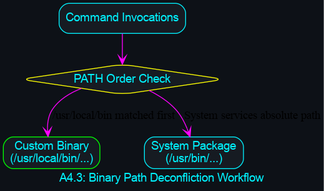
Above: diagrams/compilations/workflow_deconfliction.png in danindiana/hybrid-framework (Graphviz), before the change. Its source is kept beside it as diagrams/compilations/workflow_deconfliction.dot. Its diagram source:
```dot
digraph WorkDeconfliction {
        graph [bgcolor="#0d1117", fontname="Helvetica", fontcolor="#00f2ff", label="A4.3: Binary Path Deconfliction Workflow"];
        node [shape=box, style="filled,rounded", color="#00f2ff", fontcolor="#00f2ff", fillcolor="#161b22", fontname="Helvetica"];
        edge [color="#ff00ff", arrowhead=vee];

        Execution [label="Command Invocations"];
        PATH_Check [label="PATH Order Check", shape=diamond, color="#ffff00"];
        Local_Bin [label="Custom Binary\n(/usr/local/bin/...)", color="#00ff00"];
        Sys_Bin [label="System Package\n(/usr/bin/...)"];

        Execution -> PATH_Check;
        PATH_Check -> Local_Bin [label="/usr/local/bin matched first"];
        PATH_Check -> Sys_Bin [label="System services absolute path"];
    }
```
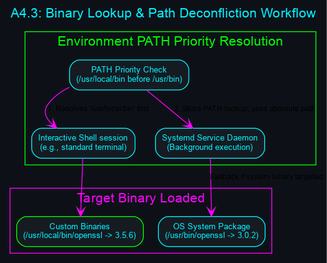
The same diagram one commit later.

Change to the diagram source:
```diff
@@ -1,14 +1,28 @@
 digraph WorkDeconfliction {
-        graph [bgcolor="#0d1117", fontname="Helvetica", fontcolor="#00f2ff", label="A4.3: Binary Path Deconfliction Workflow"];
-        node [shape=box, style="filled,rounded", color="#00f2ff", fontcolor="#00f2ff", fillcolor="#161b22", fontname="Helvetica"];
-        edge [color="#ff00ff", arrowhead=vee];
+        graph [bgcolor="#0d1117", fontname="Helvetica", fontcolor="#00f2ff", label="A4.3: Binary Lookup & Path Deconfliction Workflow", labelloc="t", fontsize=16];
+        node [shape=box, style="filled,rounded", color="#00f2ff", fontcolor="#00f2ff", fillcolor="#161b22", fontname="Helvetica", fontsize=10];
+        edge [color="#ff00ff", arrowhead=vee, fontname="Helvetica", fontsize=9];
 
-        Execution [label="Command Invocations"];
-        PATH_Check [label="PATH Order Check", shape=diamond, color="#ffff00"];
-        Local_Bin [label="Custom Binary\n(/usr/local/bin/...)", color="#00ff00"];
-        Sys_Bin [label="System Package\n(/usr/bin/...)"];
+        subgraph cluster_path_resolution {
+            label = "Environment PATH Priority Resolution";
+            color = "#00ff00";
+            fontcolor = "#00ff00";
+            PATH_Env [label="PATH Priority Check\n(/usr/local/bin before /usr/bin)"];
+            Interactive_Shell [label="Interactive Shell session\n(e.g., standard terminal)"];
+            Systemd_Service [label="Systemd Service Daemon\n(Background execution)"];
 
-        Execution -> PATH_Check;
-        PATH_Check -> Local_Bin [label="/usr/local/bin matched first"];
-        PATH_Check -> Sys_Bin [label="System services absolute path"];
+            PATH_Env -> Interactive_Shell [label="1. Resolves '/usr/local/bin' first"];
+            PATH_Env -> Systemd_Service [label="2. Skips PATH lookup, uses absolute path"];
+        }
+
+        subgraph cluster_resolved_binary {
+            label = "Target Binary Loaded";
+            color = "#ff00ff";
+            fontcolor = "#ff00ff";
+            New_Version [label="Custom Binaries\n(/usr/local/bin/openssl -> 3.5.6)", color="#00ff00"];
+            System_Version [label="OS System Package\n(/usr/bin/openssl -> 3.0.2)"];
+        }
+
+        Interactive_Shell -> New_Version;
+        Systemd_Service -> System_Version [label="Fallback if system binary targeted"];
     }
```
